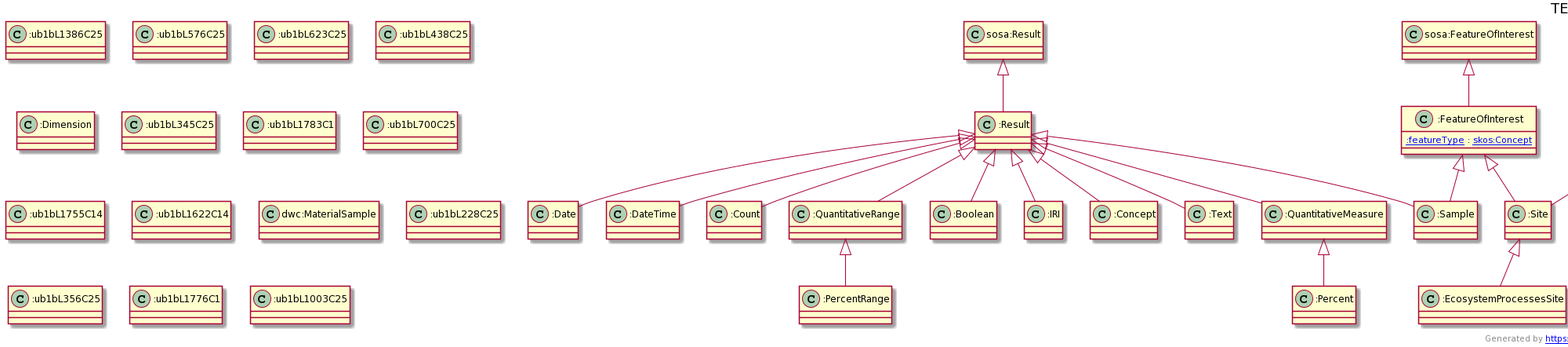
Above: docs/tern.ttl.txt.png in ternaustralia/ontology_tern (PlantUML), before the change. Its diagram source:
```plantuml
@startuml
title TERN Ontology
":Platform" <|-- ":MobilePlatform"
":MobilePlatform" <|-- ":EarthObservationSatellite"
"sosa:FeatureOfInterest" <|-- ":FeatureOfInterest"
":FixedPlatform" <|-- ":FluxTower"
":Result" <|-- ":Date"
"skos:Concept" <|-- ":Method"
"sosa:ObservableProperty" <|-- ":ObservableProperty"
":Result" <|-- ":DateTime"
":FeatureOfInterest" <|-- ":Site"
":Platform" <|-- ":Site"
"sosa:Platform" <|-- ":Platform"
":Result" <|-- ":Count"
":Site" <|-- ":EcosystemProcessesSite"
"prov:Activity" <|-- ":SiteVisit"
"prov:Activity" <|-- ":Observation"
"sosa:Observation" <|-- ":Observation"
":Platform" <|-- ":FixedPlatform"
":Result" <|-- ":QuantitativeRange"
"owl:Thing" <|-- ":Attribute"
"sosa:Procedure" <|-- ":Procedure"
"sosa:Sensor" <|-- ":Sensor"
":Instrument" <|-- ":Sensor"
":Result" <|-- ":Boolean"
"skos:Concept" <|-- ":Parameter"
":Result" <|-- ":IRI"
":QuantitativeRange" <|-- ":PercentRange"
":Result" <|-- ":Sample"
":FeatureOfInterest" <|-- ":Sample"
"ssn:Input" <|-- ":Input"
":Result" <|-- ":Concept"
":Result" <|-- ":Text"
"skos:Concept" <|-- ":CategoricalValue"
":Result" <|-- ":QuantitativeMeasure"
"sosa:Result" <|-- ":Result"
"sosa:Sampling" <|-- ":Sampling"
"prov:Activity" <|-- ":Sampling"
"skos:Concept" <|-- ":DigitalCamera"
"ssn:System" <|-- ":Instrument"
":QuantitativeMeasure" <|-- ":Percent"
Class ":MobilePlatform" [[https://w3id.org/tern/ontologies/tern/MobilePlatform]] {
}
Class ":EarthObservationSatellite" [[https://w3id.org/tern/ontologies/tern/EarthObservationSatellite]] {
}
Class ":ub1bL1386C25" [[ub1bL1386C25]] {
}
Class ":FeatureOfInterest" [[https://w3id.org/tern/ontologies/tern/FeatureOfInterest]] {
[[https://w3id.org/tern/ontologies/tern/featureType :featureType]] : [[http://www.w3.org/2004/02/skos/core#Concept skos:Concept]]
}
Class ":FluxTower" [[https://w3id.org/tern/ontologies/tern/FluxTower]] {
}
Class ":Date" [[https://w3id.org/tern/ontologies/tern/Date]] {
}
Class ":ub1bL576C25" [[ub1bL576C25]] {
}
Class ":ub1bL623C25" [[ub1bL623C25]] {
}
Class ":ub1bL438C25" [[ub1bL438C25]] {
}
Class ":Method" [[https://w3id.org/tern/ontologies/tern/Method]] {
}
Class ":Dimension" [[https://w3id.org/tern/ontologies/tern/Dimension]] {
}
Class ":ObservableProperty" [[https://w3id.org/tern/ontologies/tern/ObservableProperty]] {
}
Class ":DateTime" [[https://w3id.org/tern/ontologies/tern/DateTime]] {
}
Class ":ub1bL345C25" [[ub1bL345C25]] {
}
Class ":Site" [[https://w3id.org/tern/ontologies/tern/Site]] {
}
Class ":Platform" [[https://w3id.org/tern/ontologies/tern/Platform]] {
}
Class ":ub1bL1783C1" [[ub1bL1783C1]] {
}
Class ":Count" [[https://w3id.org/tern/ontologies/tern/Count]] {
}
Class ":EcosystemProcessesSite" [[https://w3id.org/tern/ontologies/tern/EcosystemProcessesSite]] {
}
Class ":SiteVisit" [[https://w3id.org/tern/ontologies/tern/SiteVisit]] {
}
Class ":ub1bL700C25" [[ub1bL700C25]] {
}
Class ":Observation" [[https://w3id.org/tern/ontologies/tern/Observation]] {
}
Class ":FixedPlatform" [[https://w3id.org/tern/ontologies/tern/FixedPlatform]] {
}
Class ":QuantitativeRange" [[https://w3id.org/tern/ontologies/tern/QuantitativeRange]] {
}
Class ":ub1bL1755C14" [[ub1bL1755C14]] {
}
Class ":ub1bL1622C14" [[ub1bL1622C14]] {
}
Class ":Attribute" [[https://w3id.org/tern/ontologies/tern/Attribute]] {
}
Class "dwc:MaterialSample" [[http://rs.tdwg.org/dwc/terms/MaterialSample]] {
}
Class ":Procedure" [[https://w3id.org/tern/ontologies/tern/Procedure]] {
}
Class ":Sensor" [[https://w3id.org/tern/ontologies/tern/Sensor]] {
}
Class ":Boolean" [[https://w3id.org/tern/ontologies/tern/Boolean]] {
}
Class ":Concept" [[http://linked.data.gov.au/def/datatype/Concept]] {
}
Class ":Parameter" [[https://w3id.org/tern/ontologies/tern/Parameter]] {
}
Class ":IRI" [[https://w3id.org/tern/ontologies/tern/IRI]] {
}
Class ":PercentRange" [[https://w3id.org/tern/ontologies/tern/PercentRange]] {
}
Class ":Sample" [[https://w3id.org/tern/ontologies/tern/Sample]] {
}
Class ":Input" [[https://w3id.org/tern/ontologies/tern/Input]] {
}
Class ":Concept" [[https://w3id.org/tern/ontologies/tern/Concept]] {
}
Class ":ub1bL228C25" [[ub1bL228C25]] {
}
Class ":ub1bL356C25" [[ub1bL356C25]] {
}
Class ":Text" [[https://w3id.org/tern/ontologies/tern/Text]] {
}
Class ":ub1bL1776C1" [[ub1bL1776C1]] {
}
Class ":CategoricalValue" [[https://w3id.org/tern/ontologies/tern/CategoricalValue]] {
}
Class ":QuantitativeMeasure" [[https://w3id.org/tern/ontologies/tern/QuantitativeMeasure]] {
}
Class ":ub1bL1003C25" [[ub1bL1003C25]] {
}
Class ":Result" [[https://w3id.org/tern/ontologies/tern/Result]] {
}
Class ":Sampling" [[https://w3id.org/tern/ontologies/tern/Sampling]] {
}
Class ":DigitalCamera" [[https://w3id.org/tern/ontologies/tern/DigitalCamera]] {
}
Class ":Instrument" [[https://w3id.org/tern/ontologies/tern/Instrument]] {
}
Class ":Percent" [[https://w3id.org/tern/ontologies/tern/Percent]] {
}
center footer Generated by [[https://github.com/edmondchuc/ontogram https://github.com/edmondchuc/ontogram]]
@enduml
```
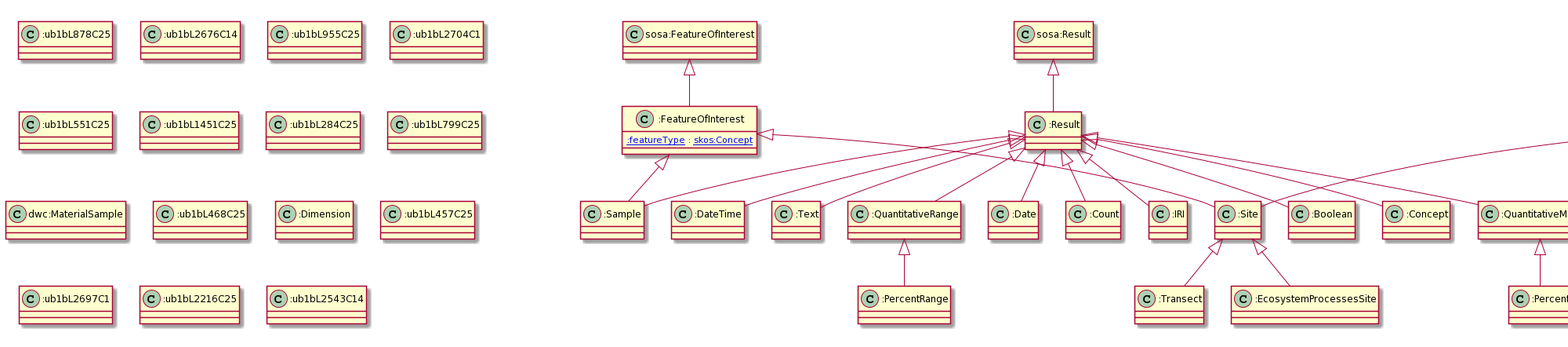
The same diagram one commit later.

Change to the diagram source:
```diff
@@ -1,144 +1,150 @@
 @startuml
 title TERN Ontology
+"sosa:FeatureOfInterest" <|-- ":FeatureOfInterest"
+":Result" <|-- ":Boolean"
+":QuantitativeMeasure" <|-- ":Percent"
 ":Platform" <|-- ":MobilePlatform"
+":FeatureOfInterest" <|-- ":Sample"
+":Result" <|-- ":Sample"
+":Result" <|-- ":Date"
+"sosa:Sensor" <|-- ":Sensor"
+":Instrument" <|-- ":Sensor"
+":QuantitativeRange" <|-- ":PercentRange"
+"sosa:Procedure" <|-- ":Procedure"
 ":MobilePlatform" <|-- ":EarthObservationSatellite"
-"sosa:FeatureOfInterest" <|-- ":FeatureOfInterest"
-":FixedPlatform" <|-- ":FluxTower"
-":Result" <|-- ":Date"
+":Result" <|-- ":Text"
+"sosa:Result" <|-- ":Result"
+":Result" <|-- ":QuantitativeRange"
 "skos:Concept" <|-- ":Method"
-"sosa:ObservableProperty" <|-- ":ObservableProperty"
-":Result" <|-- ":DateTime"
+"ssn:System" <|-- ":Instrument"
 ":FeatureOfInterest" <|-- ":Site"
 ":Platform" <|-- ":Site"
-"sosa:Platform" <|-- ":Platform"
+":FixedPlatform" <|-- ":FluxTower"
+":Result" <|-- ":DateTime"
+"skos:Concept" <|-- ":Parameter"
+"ssn:Input" <|-- ":Input"
+":Site" <|-- ":Transect"
+"prov:Activity" <|-- ":SiteVisit"
 ":Result" <|-- ":Count"
-":Site" <|-- ":EcosystemProcessesSite"
-"prov:Activity" <|-- ":SiteVisit"
-"prov:Activity" <|-- ":Observation"
-"sosa:Observation" <|-- ":Observation"
-":Platform" <|-- ":FixedPlatform"
-":Result" <|-- ":QuantitativeRange"
-"owl:Thing" <|-- ":Attribute"
-"sosa:Procedure" <|-- ":Procedure"
-"sosa:Sensor" <|-- ":Sensor"
-":Instrument" <|-- ":Sensor"
-":Result" <|-- ":Boolean"
-"skos:Concept" <|-- ":Parameter"
-":Result" <|-- ":IRI"
-":QuantitativeRange" <|-- ":PercentRange"
-":Result" <|-- ":Sample"
-":FeatureOfInterest" <|-- ":Sample"
-"ssn:Input" <|-- ":Input"
-":Result" <|-- ":Concept"
-":Result" <|-- ":Text"
-"skos:Concept" <|-- ":CategoricalValue"
-":Result" <|-- ":QuantitativeMeasure"
-"sosa:Result" <|-- ":Result"
+"sosa:ObservableProperty" <|-- ":ObservableProperty"
 "sosa:Sampling" <|-- ":Sampling"
 "prov:Activity" <|-- ":Sampling"
+"time:Instant" <|-- ":Instant"
+":Result" <|-- ":Concept"
+":Platform" <|-- ":FixedPlatform"
+":Result" <|-- ":QuantitativeMeasure"
+":Site" <|-- ":EcosystemProcessesSite"
 "skos:Concept" <|-- ":DigitalCamera"
-"ssn:System" <|-- ":Instrument"
-":QuantitativeMeasure" <|-- ":Percent"
+"ssn:Property" <|-- ":Attribute"
+"sosa:Observation" <|-- ":Observation"
+"prov:Activity" <|-- ":Observation"
+":Result" <|-- ":IRI"
+"skos:Concept" <|-- ":CategoricalValue"
+"sosa:Platform" <|-- ":Platform"
+Class ":FeatureOfInterest" [[https://w3id.org/tern/ontologies/tern/FeatureOfInterest]] {
+[[https://w3id.org/tern/ontologies/tern/featureType :featureType]] : [[http://www.w3.org/2004/02/skos/core#Concept skos:Concept]]
+}
+Class ":ub1bL878C25" [[ub1bL878C25]] {
+}
+Class ":Boolean" [[https://w3id.org/tern/ontologies/tern/Boolean]] {
+}
+Class ":Percent" [[https://w3id.org/tern/ontologies/tern/Percent]] {
+}
 Class ":MobilePlatform" [[https://w3id.org/tern/ontologies/tern/MobilePlatform]] {
+}
+Class ":Sample" [[https://w3id.org/tern/ontologies/tern/Sample]] {
+}
+Class ":Date" [[https://w3id.org/tern/ontologies/tern/Date]] {
+}
+Class ":ub1bL2676C14" [[ub1bL2676C14]] {
+}
+Class ":ub1bL955C25" [[ub1bL955C25]] {
+}
+Class ":ub1bL2704C1" [[ub1bL2704C1]] {
+}
+Class ":Sensor" [[https://w3id.org/tern/ontologies/tern/Sensor]] {
+}
+Class ":ub1bL551C25" [[ub1bL551C25]] {
+}
+Class ":PercentRange" [[https://w3id.org/tern/ontologies/tern/PercentRange]] {
+}
+Class ":ub1bL1451C25" [[ub1bL1451C25]] {
+}
+Class ":Procedure" [[https://w3id.org/tern/ontologies/tern/Procedure]] {
+}
+Class ":ub1bL284C25" [[ub1bL284C25]] {
 }
 Class ":EarthObservationSatellite" [[https://w3id.org/tern/ontologies/tern/EarthObservationSatellite]] {
 }
-Class ":ub1bL1386C25" [[ub1bL1386C25]] {
+Class ":ub1bL799C25" [[ub1bL799C25]] {
 }
-Class ":FeatureOfInterest" [[https://w3id.org/tern/ontologies/tern/FeatureOfInterest]] {
-[[https://w3id.org/tern/ontologies/tern/featureType :featureType]] : [[http://www.w3.org/2004/02/skos/core#Concept skos:Concept]]
+Class ":Text" [[https://w3id.org/tern/ontologies/tern/Text]] {
+}
+Class ":Result" [[https://w3id.org/tern/ontologies/tern/Result]] {
+}
+Class ":QuantitativeRange" [[https://w3id.org/tern/ontologies/tern/QuantitativeRange]] {
+}
+Class "dwc:MaterialSample" [[http://rs.tdwg.org/dwc/terms/MaterialSample]] {
+}
+Class ":ub1bL468C25" [[ub1bL468C25]] {
+}
+Class ":Method" [[https://w3id.org/tern/ontologies/tern/Method]] {
+}
+Class ":Instrument" [[https://w3id.org/tern/ontologies/tern/Instrument]] {
+}
+Class ":Dimension" [[https://w3id.org/tern/ontologies/tern/Dimension]] {
+}
+Class ":Site" [[https://w3id.org/tern/ontologies/tern/Site]] {
 }
 Class ":FluxTower" [[https://w3id.org/tern/ontologies/tern/FluxTower]] {
 }
-Class ":Date" [[https://w3id.org/tern/ontologies/tern/Date]] {
+Class ":DateTime" [[https://w3id.org/tern/ontologies/tern/DateTime]] {
 }
-Class ":ub1bL576C25" [[ub1bL576C25]] {
+Class ":Parameter" [[https://w3id.org/tern/ontologies/tern/Parameter]] {
 }
-Class ":ub1bL623C25" [[ub1bL623C25]] {
+Class ":Input" [[https://w3id.org/tern/ontologies/tern/Input]] {
 }
-Class ":ub1bL438C25" [[ub1bL438C25]] {
+Class ":Transect" [[https://w3id.org/tern/ontologies/tern/Transect]] {
 }
-Class ":Method" [[https://w3id.org/tern/ontologies/tern/Method]] {
+Class ":ub1bL457C25" [[ub1bL457C25]] {
 }
-Class ":Dimension" [[https://w3id.org/tern/ontologies/tern/Dimension]] {
+Class ":SiteVisit" [[https://w3id.org/tern/ontologies/tern/SiteVisit]] {
+}
+Class ":Count" [[https://w3id.org/tern/ontologies/tern/Count]] {
 }
 Class ":ObservableProperty" [[https://w3id.org/tern/ontologies/tern/ObservableProperty]] {
 }
-Class ":DateTime" [[https://w3id.org/tern/ontologies/tern/DateTime]] {
+Class ":Sampling" [[https://w3id.org/tern/ontologies/tern/Sampling]] {
 }
-Class ":ub1bL345C25" [[ub1bL345C25]] {
+Class ":Instant" [[https://w3id.org/tern/ontologies/tern/Instant]] {
 }
-Class ":Site" [[https://w3id.org/tern/ontologies/tern/Site]] {
+Class ":ub1bL2697C1" [[ub1bL2697C1]] {
+}
+Class ":Concept" [[https://w3id.org/tern/ontologies/tern/Concept]] {
+}
+Class ":FixedPlatform" [[https://w3id.org/tern/ontologies/tern/FixedPlatform]] {
+}
+Class ":QuantitativeMeasure" [[https://w3id.org/tern/ontologies/tern/QuantitativeMeasure]] {
+}
+Class ":EcosystemProcessesSite" [[https://w3id.org/tern/ontologies/tern/EcosystemProcessesSite]] {
+}
+Class ":ub1bL2216C25" [[ub1bL2216C25]] {
+}
+Class ":DigitalCamera" [[https://w3id.org/tern/ontologies/tern/DigitalCamera]] {
+}
+Class ":Attribute" [[https://w3id.org/tern/ontologies/tern/Attribute]] {
+}
+Class ":Concept" [[http://linked.data.gov.au/def/datatype/Concept]] {
+}
+Class ":Observation" [[https://w3id.org/tern/ontologies/tern/Observation]] {
+}
+Class ":ub1bL2543C14" [[ub1bL2543C14]] {
+}
+Class ":IRI" [[https://w3id.org/tern/ontologies/tern/IRI]] {
+}
+Class ":CategoricalValue" [[https://w3id.org/tern/ontologies/tern/CategoricalValue]] {
 }
 Class ":Platform" [[https://w3id.org/tern/ontologies/tern/Platform]] {
 }
-Class ":ub1bL1783C1" [[ub1bL1783C1]] {
-}
-Class ":Count" [[https://w3id.org/tern/ontologies/tern/Count]] {
-}
-Class ":EcosystemProcessesSite" [[https://w3id.org/tern/ontologies/tern/EcosystemProcessesSite]] {
-}
-Class ":SiteVisit" [[https://w3id.org/tern/ontologies/tern/SiteVisit]] {
-}
-Class ":ub1bL700C25" [[ub1bL700C25]] {
-}
-Class ":Observation" [[https://w3id.org/tern/ontologies/tern/Observation]] {
-}
-Class ":FixedPlatform" [[https://w3id.org/tern/ontologies/tern/FixedPlatform]] {
-}
-Class ":QuantitativeRange" [[https://w3id.org/tern/ontologies/tern/QuantitativeRange]] {
-}
-Class ":ub1bL1755C14" [[ub1bL1755C14]] {
-}
-Class ":ub1bL1622C14" [[ub1bL1622C14]] {
-}
-Class ":Attribute" [[https://w3id.org/tern/ontologies/tern/Attribute]] {
-}
-Class "dwc:MaterialSample" [[http://rs.tdwg.org/dwc/terms/MaterialSample]] {
-}
-Class ":Procedure" [[https://w3id.org/tern/ontologies/tern/Procedure]] {
-}
-Class ":Sensor" [[https://w3id.org/tern/ontologies/tern/Sensor]] {
-}
-Class ":Boolean" [[https://w3id.org/tern/ontologies/tern/Boolean]] {
-}
-Class ":Concept" [[http://linked.data.gov.au/def/datatype/Concept]] {
-}
-Class ":Parameter" [[https://w3id.org/tern/ontologies/tern/Parameter]] {
-}
-Class ":IRI" [[https://w3id.org/tern/ontologies/tern/IRI]] {
-}
-Class ":PercentRange" [[https://w3id.org/tern/ontologies/tern/PercentRange]] {
-}
-Class ":Sample" [[https://w3id.org/tern/ontologies/tern/Sample]] {
-}
-Class ":Input" [[https://w3id.org/tern/ontologies/tern/Input]] {
-}
-Class ":Concept" [[https://w3id.org/tern/ontologies/tern/Concept]] {
-}
-Class ":ub1bL228C25" [[ub1bL228C25]] {
-}
-Class ":ub1bL356C25" [[ub1bL356C25]] {
-}
-Class ":Text" [[https://w3id.org/tern/ontologies/tern/Text]] {
-}
-Class ":ub1bL1776C1" [[ub1bL1776C1]] {
-}
-Class ":CategoricalValue" [[https://w3id.org/tern/ontologies/tern/CategoricalValue]] {
-}
-Class ":QuantitativeMeasure" [[https://w3id.org/tern/ontologies/tern/QuantitativeMeasure]] {
-}
-Class ":ub1bL1003C25" [[ub1bL1003C25]] {
-}
-Class ":Result" [[https://w3id.org/tern/ontologies/tern/Result]] {
-}
-Class ":Sampling" [[https://w3id.org/tern/ontologies/tern/Sampling]] {
-}
-Class ":DigitalCamera" [[https://w3id.org/tern/ontologies/tern/DigitalCamera]] {
-}
-Class ":Instrument" [[https://w3id.org/tern/ontologies/tern/Instrument]] {
-}
-Class ":Percent" [[https://w3id.org/tern/ontologies/tern/Percent]] {
-}
 center footer Generated by [[https://github.com/edmondchuc/ontogram https://github.com/edmondchuc/ontogram]]
 @enduml
```
